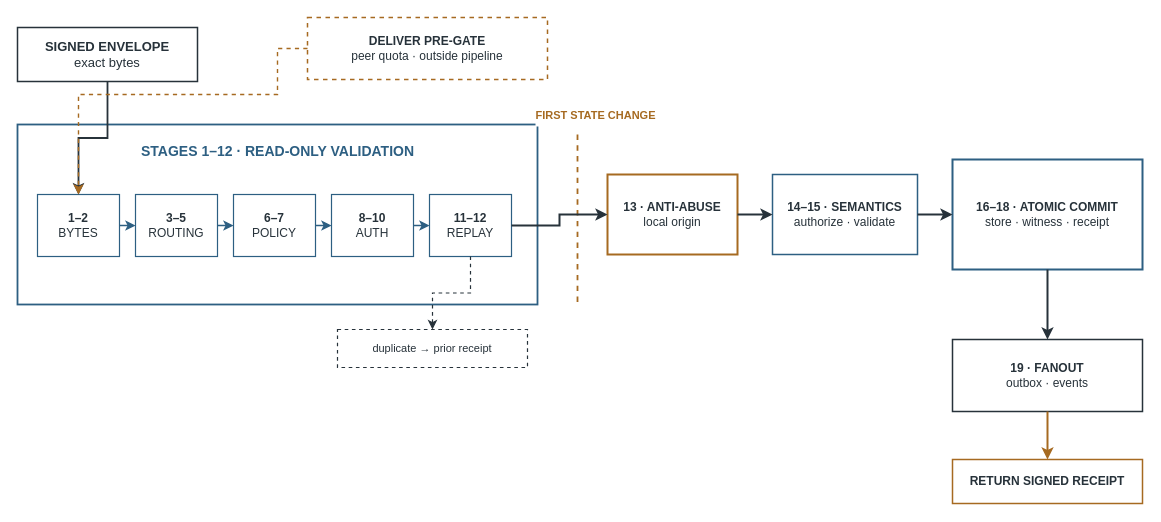
tasmirz/jagoo-bahee keeps this draw.io diagram as final-paper/IEEE-conference-template-062824/figures/drawio/admission-pipeline.drawio. Above is the earlier version. Source tidied: cells renumbered, new cells numbered last; positions are measured from the earlier drawing's top-left corner, leaving out a move shared by most shapes. Both pictures are drawn from the tidied source at 100%, with x=0, y=0 at pixel (17, 17).
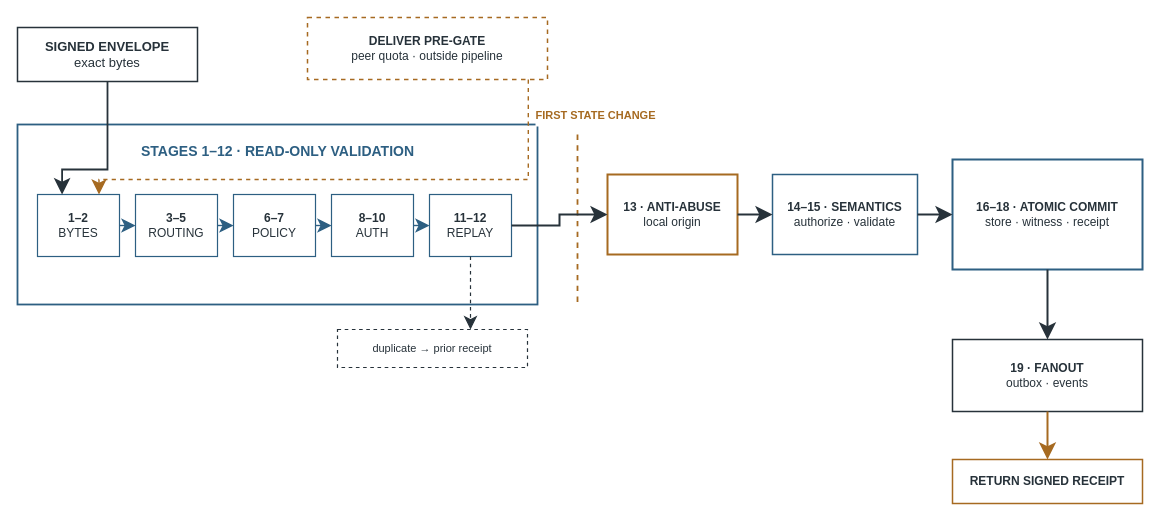
After the change.

The change refers to these unchanged cells:
```xml
<mxCell id="2" value="&lt;b&gt;SIGNED ENVELOPE&lt;/b&gt;&lt;br&gt;exact bytes" style="rounded=0;whiteSpace=wrap;html=1;strokeColor=#27323A;strokeWidth=1.5;fillColor=#FFFFFF;fontFamily=Helvetica;fontSize=13;fontColor=#27323A;align=center;verticalAlign=middle;" parent="1" vertex="1">
  <mxGeometry y="10" width="180" height="54" as="geometry" />
</mxCell>
<mxCell id="3" value="&lt;b&gt;DELIVER PRE-GATE&lt;/b&gt;&lt;br&gt;peer quota · outside pipeline" style="rounded=0;whiteSpace=wrap;html=1;strokeColor=#A66A21;strokeWidth=1.5;dashed=1;fillColor=#FFFFFF;fontFamily=Helvetica;fontSize=12;fontColor=#27323A;align=center;verticalAlign=middle;" parent="1" vertex="1">
  <mxGeometry x="290" width="240" height="62" as="geometry" />
</mxCell>
<mxCell id="6" value="&lt;b&gt;1–2&lt;/b&gt;&lt;br&gt;BYTES" style="rounded=0;whiteSpace=wrap;html=1;strokeColor=#2D5F82;strokeWidth=1.2;fillColor=#FFFFFF;fontFamily=Helvetica;fontSize=12;fontColor=#27323A;align=center;verticalAlign=middle;" parent="1" vertex="1">
  <mxGeometry x="20" y="177" width="82" height="62" as="geometry" />
</mxCell>
<mxCell id="7" value="&lt;b&gt;3–5&lt;/b&gt;&lt;br&gt;ROUTING" style="rounded=0;whiteSpace=wrap;html=1;strokeColor=#2D5F82;strokeWidth=1.2;fillColor=#FFFFFF;fontFamily=Helvetica;fontSize=12;fontColor=#27323A;align=center;verticalAlign=middle;" parent="1" vertex="1">
  <mxGeometry x="118" y="177" width="82" height="62" as="geometry" />
</mxCell>
<mxCell id="8" value="&lt;b&gt;6–7&lt;/b&gt;&lt;br&gt;POLICY" style="rounded=0;whiteSpace=wrap;html=1;strokeColor=#2D5F82;strokeWidth=1.2;fillColor=#FFFFFF;fontFamily=Helvetica;fontSize=12;fontColor=#27323A;align=center;verticalAlign=middle;" parent="1" vertex="1">
  <mxGeometry x="216" y="177" width="82" height="62" as="geometry" />
</mxCell>
<mxCell id="9" value="&lt;b&gt;8–10&lt;/b&gt;&lt;br&gt;AUTH" style="rounded=0;whiteSpace=wrap;html=1;strokeColor=#2D5F82;strokeWidth=1.2;fillColor=#FFFFFF;fontFamily=Helvetica;fontSize=12;fontColor=#27323A;align=center;verticalAlign=middle;" parent="1" vertex="1">
  <mxGeometry x="314" y="177" width="82" height="62" as="geometry" />
</mxCell>
<mxCell id="10" value="&lt;b&gt;11–12&lt;/b&gt;&lt;br&gt;REPLAY" style="rounded=0;whiteSpace=wrap;html=1;strokeColor=#2D5F82;strokeWidth=1.2;fillColor=#FFFFFF;fontFamily=Helvetica;fontSize=12;fontColor=#27323A;align=center;verticalAlign=middle;" parent="1" vertex="1">
  <mxGeometry x="412" y="177" width="82" height="62" as="geometry" />
</mxCell>
<mxCell id="17" value="duplicate → prior receipt" style="rounded=0;whiteSpace=wrap;html=1;strokeColor=#27323A;strokeWidth=1.2;dashed=1;fillColor=#FFFFFF;fontFamily=Helvetica;fontSize=11;fontColor=#27323A;align=center;verticalAlign=middle;" parent="1" vertex="1">
  <mxGeometry x="320" y="312" width="190" height="38" as="geometry" />
</mxCell>
<mxCell id="21" value="&lt;b&gt;13 · ANTI-ABUSE&lt;/b&gt;&lt;br&gt;local origin" style="rounded=0;whiteSpace=wrap;html=1;strokeColor=#A66A21;strokeWidth=2;fillColor=#FFFFFF;fontFamily=Helvetica;fontSize=12;fontColor=#27323A;align=center;verticalAlign=middle;" parent="1" vertex="1">
  <mxGeometry x="590" y="157" width="130" height="80" as="geometry" />
</mxCell>
<mxCell id="22" value="&lt;b&gt;14–15 · SEMANTICS&lt;/b&gt;&lt;br&gt;authorize · validate" style="rounded=0;whiteSpace=wrap;html=1;strokeColor=#2D5F82;strokeWidth=1.5;fillColor=#FFFFFF;fontFamily=Helvetica;fontSize=12;fontColor=#27323A;align=center;verticalAlign=middle;" parent="1" vertex="1">
  <mxGeometry x="755" y="157" width="145" height="80" as="geometry" />
</mxCell>
<mxCell id="23" value="&lt;b&gt;16–18 · ATOMIC COMMIT&lt;/b&gt;&lt;br&gt;store · witness · receipt" style="rounded=0;whiteSpace=wrap;html=1;strokeColor=#2D5F82;strokeWidth=2;fillColor=#FFFFFF;fontFamily=Helvetica;fontSize=12;fontColor=#27323A;align=center;verticalAlign=middle;" parent="1" vertex="1">
  <mxGeometry x="935" y="142" width="190" height="110" as="geometry" />
</mxCell>
<mxCell id="24" value="&lt;b&gt;19 · FANOUT&lt;/b&gt;&lt;br&gt;outbox · events" style="rounded=0;whiteSpace=wrap;html=1;strokeColor=#27323A;strokeWidth=1.5;fillColor=#FFFFFF;fontFamily=Helvetica;fontSize=12;fontColor=#27323A;align=center;verticalAlign=middle;" parent="1" vertex="1">
  <mxGeometry x="935" y="322" width="190" height="72" as="geometry" />
</mxCell>
<mxCell id="25" value="&lt;b&gt;RETURN SIGNED RECEIPT&lt;/b&gt;" style="rounded=0;whiteSpace=wrap;html=1;strokeColor=#A66A21;strokeWidth=1.5;fillColor=#FFFFFF;fontFamily=Helvetica;fontSize=12;fontColor=#27323A;align=center;verticalAlign=middle;" parent="1" vertex="1">
  <mxGeometry x="935" y="442" width="190" height="44" as="geometry" />
</mxCell>
```

Diff of the diagram source:
```diff
@@
-    <mxCell id="11" style="edgeStyle=orthogonalEdgeStyle;rounded=0;html=1;strokeColor=#2D5F82;strokeWidth=1.4;endArrow=classic;endFill=1;" parent="1" edge="1" source="6" target="7">
+    <mxCell id="11" style="edgeStyle=orthogonalEdgeStyle;rounded=0;html=1;strokeColor=#2D5F82;strokeWidth=1.4;endArrow=classic;endFill=1;endSize=10;exitX=1;exitY=0.5;entryX=0;entryY=0.5;" parent="1" edge="1" source="6" target="7">
       <mxGeometry relative="1" as="geometry" />
     </mxCell>
-    <mxCell id="12" style="edgeStyle=orthogonalEdgeStyle;rounded=0;html=1;strokeColor=#2D5F82;strokeWidth=1.4;endArrow=classic;endFill=1;" parent="1" edge="1" source="7" target="8">
+    <mxCell id="12" style="edgeStyle=orthogonalEdgeStyle;rounded=0;html=1;strokeColor=#2D5F82;strokeWidth=1.4;endArrow=classic;endFill=1;endSize=10;exitX=1;exitY=0.5;entryX=0;entryY=0.5;" parent="1" edge="1" source="7" target="8">
       <mxGeometry relative="1" as="geometry" />
     </mxCell>
-    <mxCell id="13" style="edgeStyle=orthogonalEdgeStyle;rounded=0;html=1;strokeColor=#2D5F82;strokeWidth=1.4;endArrow=classic;endFill=1;" parent="1" edge="1" source="8" target="9">
+    <mxCell id="13" style="edgeStyle=orthogonalEdgeStyle;rounded=0;html=1;strokeColor=#2D5F82;strokeWidth=1.4;endArrow=classic;endFill=1;endSize=10;exitX=1;exitY=0.5;entryX=0;entryY=0.5;" parent="1" edge="1" source="8" target="9">
       <mxGeometry relative="1" as="geometry" />
     </mxCell>
-    <mxCell id="14" style="edgeStyle=orthogonalEdgeStyle;rounded=0;html=1;strokeColor=#2D5F82;strokeWidth=1.4;endArrow=classic;endFill=1;" parent="1" edge="1" source="9" target="10">
+    <mxCell id="14" style="edgeStyle=orthogonalEdgeStyle;rounded=0;html=1;strokeColor=#2D5F82;strokeWidth=1.4;endArrow=classic;endFill=1;endSize=10;exitX=1;exitY=0.5;entryX=0;entryY=0.5;" parent="1" edge="1" source="9" target="10">
       <mxGeometry relative="1" as="geometry" />
     </mxCell>
-    <mxCell id="15" style="edgeStyle=orthogonalEdgeStyle;rounded=0;html=1;strokeColor=#27323A;strokeWidth=1.8;endArrow=classic;endFill=1;" parent="1" edge="1" source="2" target="6">
-      <mxGeometry relative="1" as="geometry" />
+    <mxCell id="15" style="edgeStyle=orthogonalEdgeStyle;rounded=0;html=1;strokeColor=#27323A;strokeWidth=1.8;endArrow=classic;endFill=1;endSize=11;exitX=0.5;exitY=1;entryX=0.3;entryY=0;" parent="1" edge="1" source="2" target="6">
+      <mxGeometry relative="1" as="geometry">
+        <Array as="points">
+          <mxPoint x="90" y="152" />
+          <mxPoint x="45" y="152" />
+        </Array>
+      </mxGeometry>
     </mxCell>
-    <mxCell id="16" style="edgeStyle=orthogonalEdgeStyle;rounded=0;html=1;strokeColor=#A66A21;strokeWidth=1.4;dashed=1;endArrow=classic;endFill=1;" parent="1" edge="1" source="3" target="6">
+    <mxCell id="16" style="edgeStyle=orthogonalEdgeStyle;rounded=0;html=1;strokeColor=#A66A21;strokeWidth=1.4;dashed=1;endArrow=classic;endFill=1;endSize=11;exitX=0.92;exitY=1;entryX=0.75;entryY=0;" parent="1" edge="1" source="3" target="6">
       <mxGeometry relative="1" as="geometry">
         <Array as="points">
-          <mxPoint x="260" y="77" />
-          <mxPoint x="61" y="77" />
+          <mxPoint x="510" y="162" />
+          <mxPoint x="82" y="162" />
         </Array>
       </mxGeometry>
     </mxCell>
@@
-    <mxCell id="18" style="edgeStyle=orthogonalEdgeStyle;rounded=0;html=1;strokeColor=#27323A;strokeWidth=1.2;dashed=1;endArrow=classic;endFill=1;" parent="1" edge="1" source="10" target="17">
+    <mxCell id="18" style="edgeStyle=orthogonalEdgeStyle;rounded=0;html=1;strokeColor=#27323A;strokeWidth=1.2;dashed=1;endArrow=classic;endFill=1;endSize=10;exitX=0.5;exitY=1;entryX=0.7;entryY=0;" parent="1" edge="1" source="10" target="17">
       <mxGeometry relative="1" as="geometry" />
     </mxCell>
@@
-    <mxCell id="26" style="edgeStyle=orthogonalEdgeStyle;rounded=0;html=1;strokeColor=#27323A;strokeWidth=2;endArrow=classic;endFill=1;" parent="1" edge="1" source="10" target="21">
+    <mxCell id="26" style="edgeStyle=orthogonalEdgeStyle;rounded=0;html=1;strokeColor=#27323A;strokeWidth=2;endArrow=classic;endFill=1;endSize=11;exitX=1;exitY=0.5;entryX=0;entryY=0.5;" parent="1" edge="1" source="10" target="21">
       <mxGeometry relative="1" as="geometry" />
     </mxCell>
-    <mxCell id="27" style="edgeStyle=orthogonalEdgeStyle;rounded=0;html=1;strokeColor=#27323A;strokeWidth=2;endArrow=classic;endFill=1;" parent="1" edge="1" source="21" target="22">
+    <mxCell id="27" style="edgeStyle=orthogonalEdgeStyle;rounded=0;html=1;strokeColor=#27323A;strokeWidth=2;endArrow=classic;endFill=1;endSize=11;exitX=1;exitY=0.5;entryX=0;entryY=0.5;" parent="1" edge="1" source="21" target="22">
       <mxGeometry relative="1" as="geometry" />
     </mxCell>
-    <mxCell id="28" style="edgeStyle=orthogonalEdgeStyle;rounded=0;html=1;strokeColor=#27323A;strokeWidth=2;endArrow=classic;endFill=1;" parent="1" edge="1" source="22" target="23">
+    <mxCell id="28" style="edgeStyle=orthogonalEdgeStyle;rounded=0;html=1;strokeColor=#27323A;strokeWidth=2;endArrow=classic;endFill=1;endSize=11;exitX=1;exitY=0.5;entryX=0;entryY=0.5;" parent="1" edge="1" source="22" target="23">
       <mxGeometry relative="1" as="geometry" />
     </mxCell>
-    <mxCell id="29" style="edgeStyle=orthogonalEdgeStyle;rounded=0;html=1;strokeColor=#27323A;strokeWidth=2;endArrow=classic;endFill=1;" parent="1" edge="1" source="23" target="24">
+    <mxCell id="29" style="edgeStyle=orthogonalEdgeStyle;rounded=0;html=1;strokeColor=#27323A;strokeWidth=2;endArrow=classic;endFill=1;endSize=11;exitX=0.5;exitY=1;entryX=0.5;entryY=0;" parent="1" edge="1" source="23" target="24">
       <mxGeometry relative="1" as="geometry" />
     </mxCell>
-    <mxCell id="30" style="edgeStyle=orthogonalEdgeStyle;rounded=0;html=1;strokeColor=#A66A21;strokeWidth=2;endArrow=classic;endFill=1;" parent="1" edge="1" source="24" target="25">
+    <mxCell id="30" style="edgeStyle=orthogonalEdgeStyle;rounded=0;html=1;strokeColor=#A66A21;strokeWidth=2;endArrow=classic;endFill=1;endSize=11;exitX=0.5;exitY=1;entryX=0.5;entryY=0;" parent="1" edge="1" source="24" target="25">
       <mxGeometry relative="1" as="geometry" />
     </mxCell>
```
